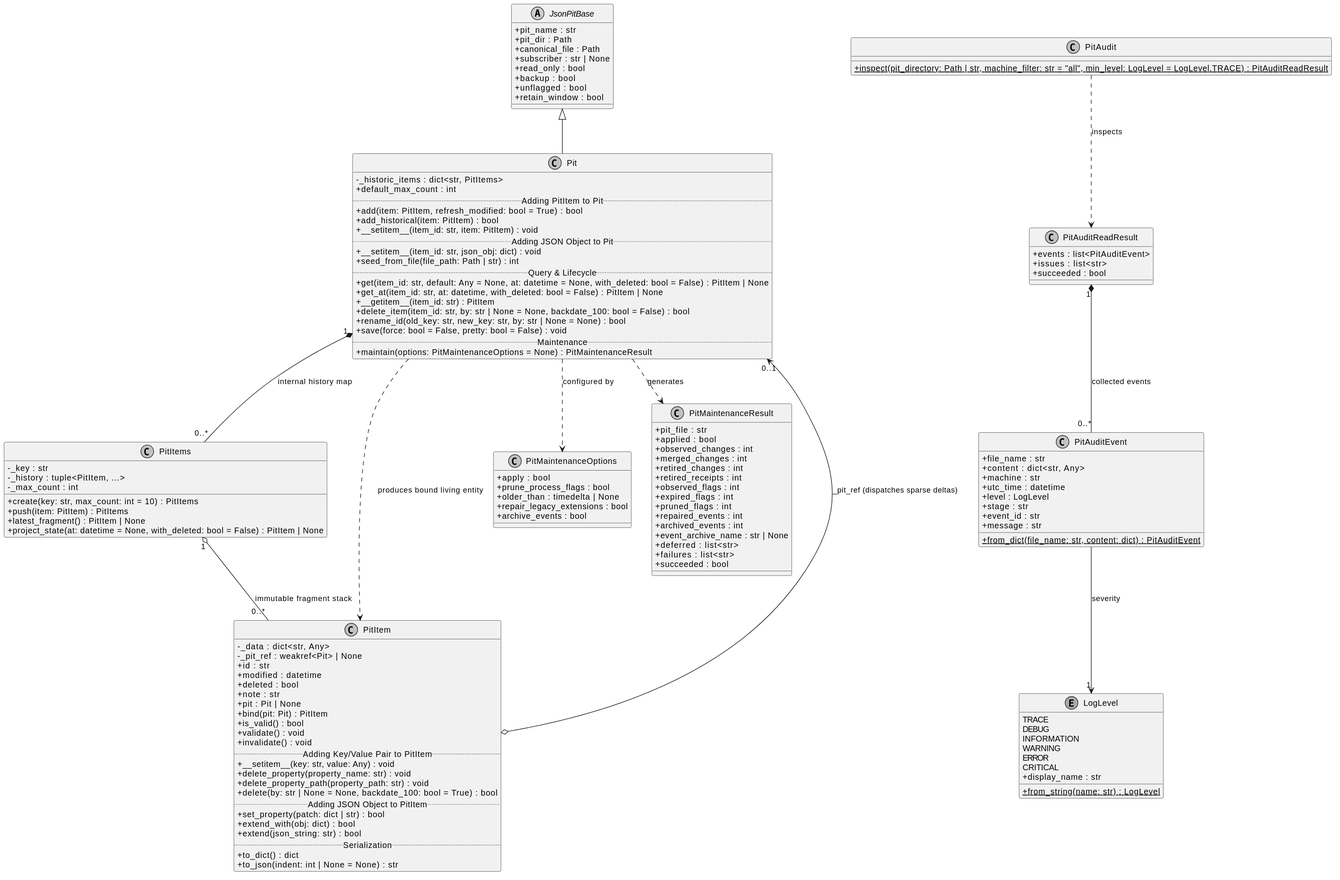
The PlantUML diagram doc/uml/jsonpitCD.svg in Burkhardt/jsonpit-python, before a commit.
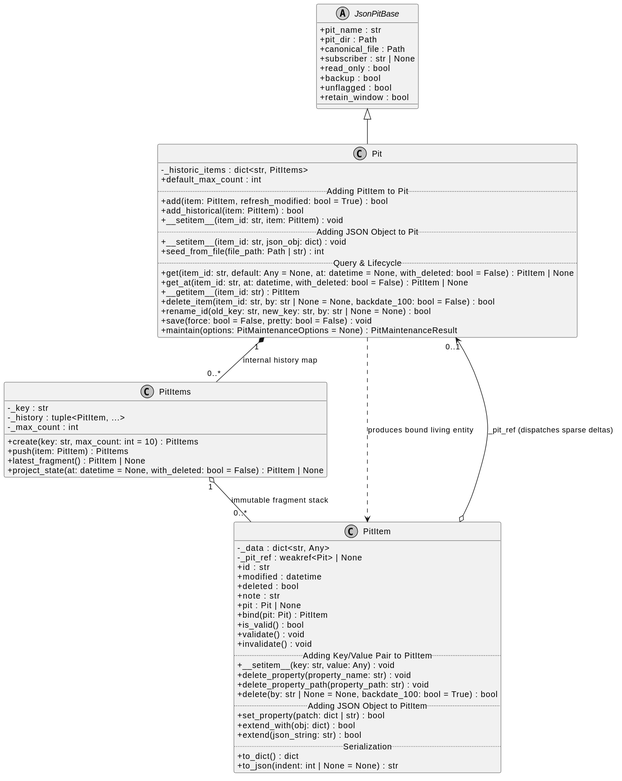
After the commit.

Commit message:
docs(uml): separate core storage and ops architecture diagrams and fix PyPI raw image URL

Diff of the diagram source:
```diff
@@ -31,7 +31,6 @@
   + delete_item(item_id: str, by: str | None = None, backdate_100: bool = False) : bool
   + rename_id(old_key: str, new_key: str, by: str | None = None) : bool
   + save(force: bool = False, pretty: bool = False) : void
-  .. Maintenance ..
   + maintain(options: PitMaintenanceOptions = None) : PitMaintenanceResult
 }
 
@@ -71,75 +70,9 @@
   + to_json(indent: int | None = None) : str
 }
 
-class PitMaintenanceOptions {
-  + apply : bool
-  + prune_process_flags : bool
-  + older_than : timedelta | None
-  + repair_legacy_extensions : bool
-  + archive_events : bool
-}
-
-class PitMaintenanceResult {
-  + pit_file : str
-  + applied : bool
-  + observed_changes : int
-  + merged_changes : int
-  + retired_changes : int
-  + retired_receipts : int
-  + observed_flags : int
-  + expired_flags : int
-  + pruned_flags : int
-  + repaired_events : int
-  + archived_events : int
-  + event_archive_name : str | None
-  + deferred : list<str>
-  + failures : list<str>
-  + succeeded : bool
-}
-
-class PitAudit {
-  + {static} inspect(pit_directory: Path | str, machine_filter: str = "all", min_level: LogLevel = LogLevel.TRACE) : PitAuditReadResult
-}
-
-class PitAuditReadResult {
-  + events : list<PitAuditEvent>
-  + issues : list<str>
-  + succeeded : bool
-}
-
-class PitAuditEvent {
-  + file_name : str
-  + content : dict<str, Any>
-  + machine : str
-  + utc_time : datetime
-  + level : LogLevel
-  + stage : str
-  + event_id : str
-  + message : str
-  + {static} from_dict(file_name: str, content: dict) : PitAuditEvent
-}
-
-enum LogLevel {
-  TRACE
-  DEBUG
-  INFORMATION
-  WARNING
-  ERROR
-  CRITICAL
-  + {static} from_string(name: str) : LogLevel
-  + display_name : str
-}
-
 JsonPitBase <|-- Pit
 Pit "1" *-- "0..*" PitItems : internal history map
 PitItems "1" o-- "0..*" PitItem : immutable fragment stack
 Pit ..> PitItem : produces bound living entity
 PitItem o--> "0..1" Pit : _pit_ref (dispatches sparse deltas)
-
-Pit ..> PitMaintenanceOptions : configured by
-Pit ..> PitMaintenanceResult : generates
-
-PitAudit ..> PitAuditReadResult : inspects
-PitAuditReadResult "1" *-- "0..*" PitAuditEvent : collected events
-PitAuditEvent --> "1" LogLevel : severity
 @enduml
```
